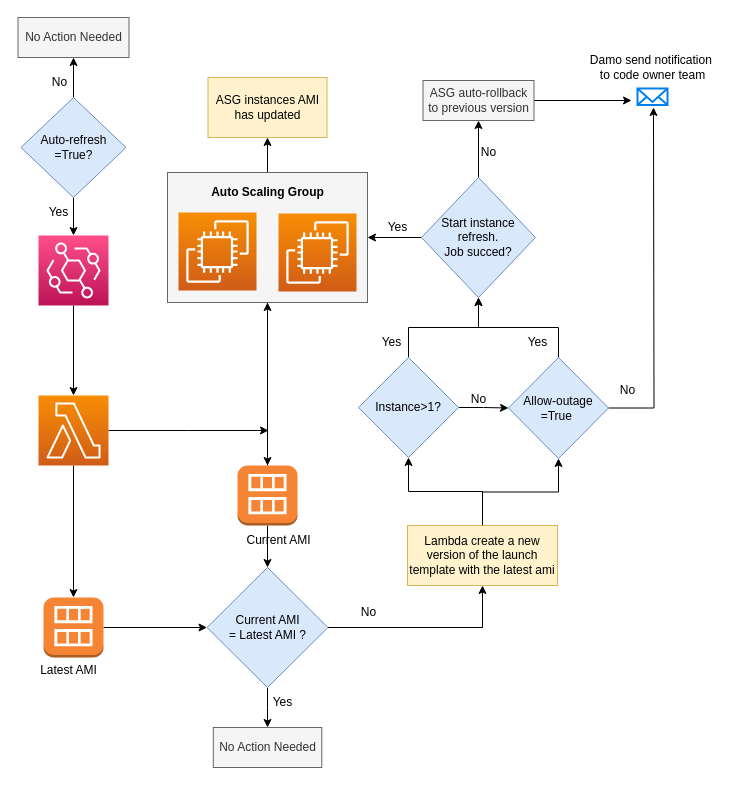
This is Untitled Diagram.drawio from cathy5246/cathy-5246, a draw.io file, before an edit. Source tidied: cells renumbered, new cells numbered last; positions are measured from the earlier drawing's top-left corner, leaving out a move shared by most shapes. Both pictures are drawn from the tidied source at 100%, with x=0, y=0 at pixel (17, 17).
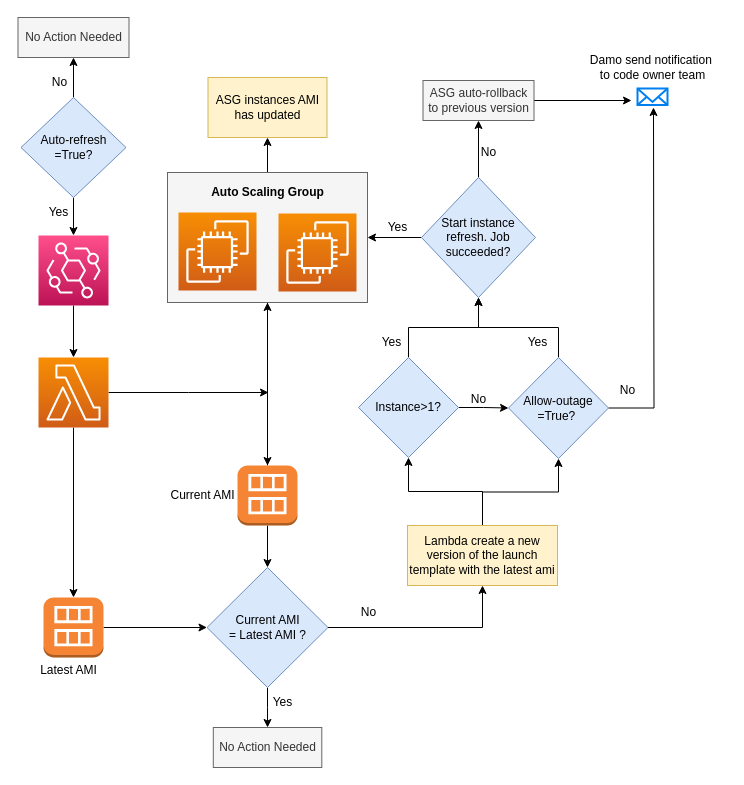
Above is the later version.

The edit, as a diff of the source:
```diff
@@
     <mxCell id="10" style="edgeStyle=orthogonalEdgeStyle;rounded=0;jettySize=auto;html=1;" parent="1" edge="1" source="12">
       <mxGeometry relative="1" as="geometry">
-        <mxPoint x="251" y="413" as="targetPoint" />
+        <mxPoint x="251" y="375" as="targetPoint" />
       </mxGeometry>
     </mxCell>
@@
     <mxCell id="12" style="sketch=0;points=[[0,0,0],[0.25,0,0],[0.5,0,0],[0.75,0,0],[1,0,0],[0,1,0],[0.25,1,0],[0.5,1,0],[0.75,1,0],[1,1,0],[0,0.25,0],[0,0.5,0],[0,0.75,0],[1,0.25,0],[1,0.5,0],[1,0.75,0]];outlineConnect=0;fontColor=#232F3E;gradientColor=#F78E04;gradientDirection=north;fillColor=#D05C17;strokeColor=#ffffff;dashed=0;verticalLabelPosition=bottom;verticalAlign=top;align=center;html=1;fontSize=12;fontStyle=0;shape=mxgraph.aws4.resourceIcon;resIcon=mxgraph.aws4.lambda;" parent="1" vertex="1">
-      <mxGeometry x="21" y="378" width="70" height="70" as="geometry" />
+      <mxGeometry x="21" y="340" width="70" height="70" as="geometry" />
     </mxCell>
@@
-    <mxCell id="36" value="Allow-outage&lt;br&gt;=True&amp;nbsp;" style="rhombus;whiteSpace=wrap;html=1;fillColor=#dae8fc;strokeColor=#6c8ebf;" parent="1" vertex="1">
+    <mxCell id="36" value="Allow-outage&lt;br&gt;=True?&amp;nbsp;" style="rhombus;whiteSpace=wrap;html=1;fillColor=#dae8fc;strokeColor=#6c8ebf;" parent="1" vertex="1">
       <mxGeometry x="491" y="340" width="100" height="101" as="geometry" />
     </mxCell>
@@
     <mxCell id="40" value="Current AMI" style="text;html=1;align=center;verticalAlign=middle;strokeColor=none;fillColor=none;" parent="1" vertex="1">
-      <mxGeometry x="216" y="508" width="90" height="30" as="geometry" />
+      <mxGeometry x="140" y="463" width="90" height="30" as="geometry" />
     </mxCell>
@@
-    <mxCell id="50" value="Start instance refresh. &lt;br&gt;Job succed?" style="rhombus;whiteSpace=wrap;html=1;fillColor=#dae8fc;strokeColor=#6c8ebf;" parent="1" vertex="1">
+    <mxCell id="50" value="Start instance refresh. Job succeeded?" style="rhombus;whiteSpace=wrap;html=1;fillColor=#dae8fc;strokeColor=#6c8ebf;" parent="1" vertex="1">
       <mxGeometry x="404" y="160" width="114" height="120" as="geometry" />
     </mxCell>
```
